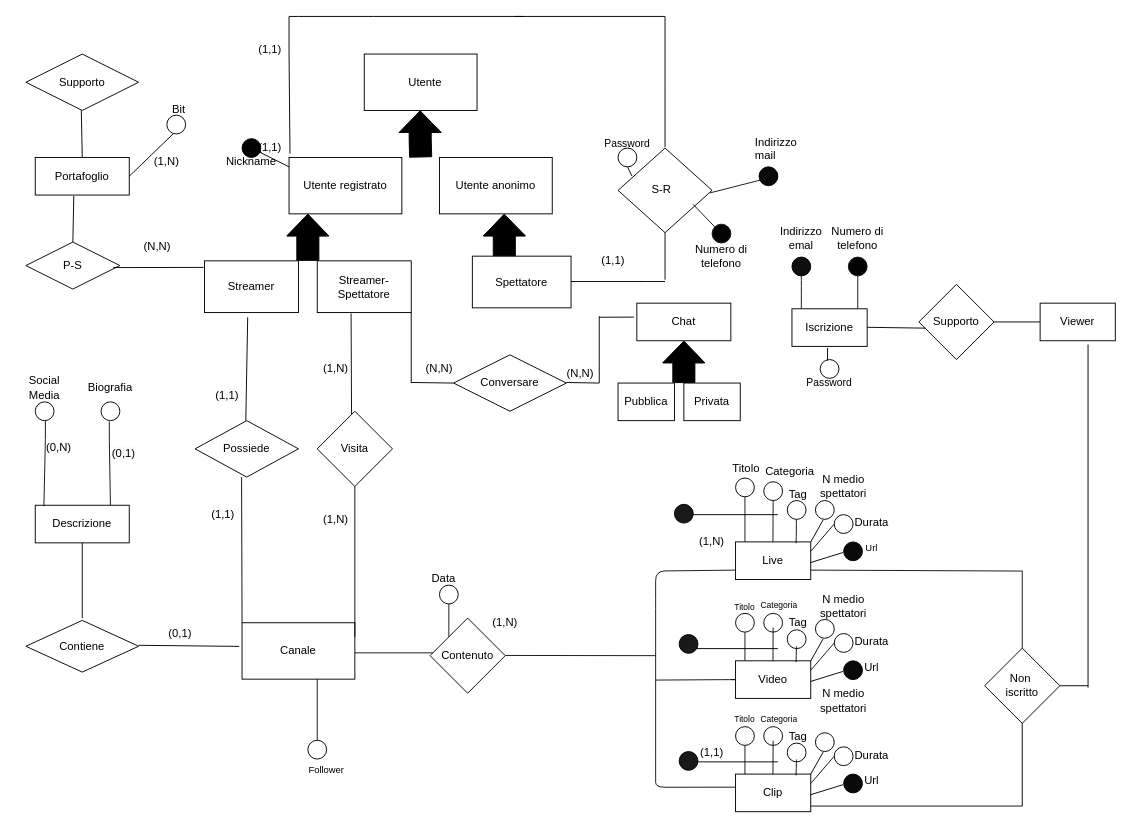
Before: e-r_revised_hypothesis.drawio in Popper002/Streaming-Service-Db-project-unito, a draw.io diagram. Source tidied: cells renumbered, new cells numbered last; positions are measured from the earlier drawing's top-left corner, leaving out a move shared by most shapes. Both pictures are drawn from the tidied source at 94%, with x=0, y=0 at pixel (16, 16).
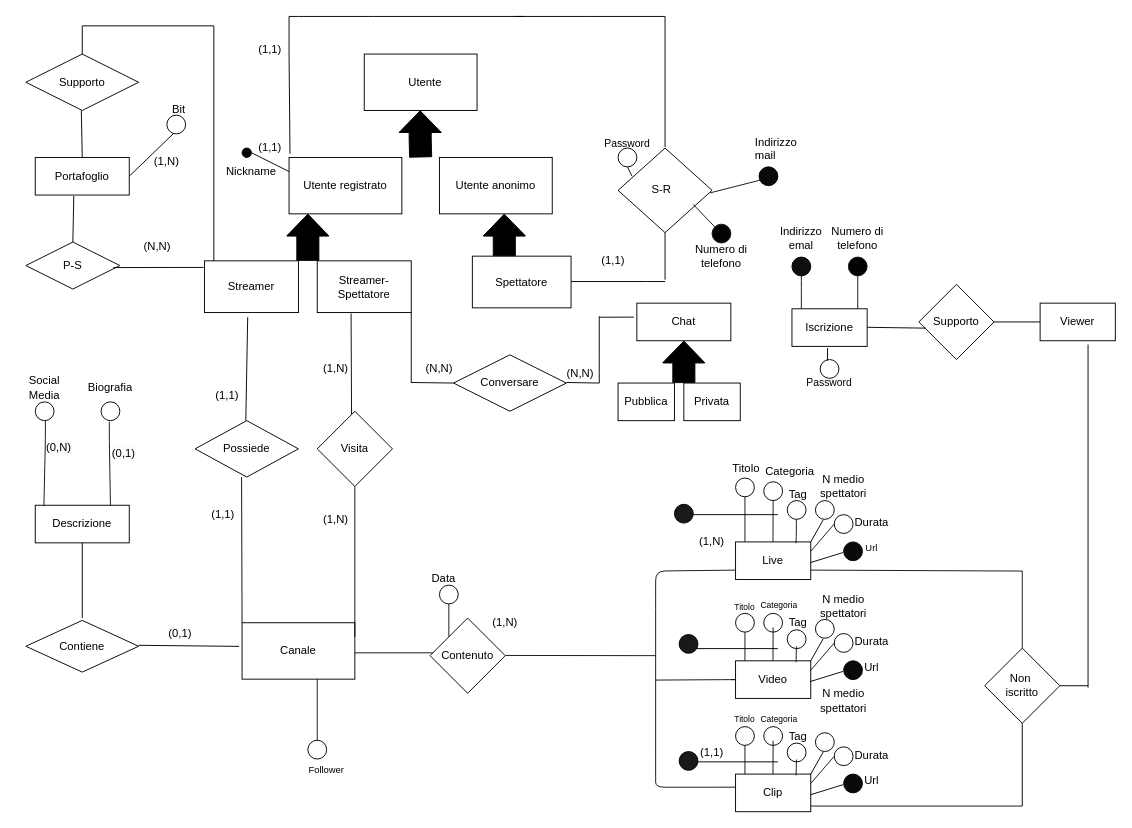
After the change.

The change refers to these unchanged cells:
```xml
<mxCell id="48" value="Utente registrato" style="rounded=0;whiteSpace=wrap;html=1;" parent="1" vertex="1">
  <mxGeometry x="290" y="150" width="120" height="60" as="geometry" />
</mxCell>
```

What changed in the source:
```diff
@@
     <mxCell id="180" style="ellipse;whiteSpace=wrap;html=1;fillColor=#030303;" parent="1" vertex="1">
-      <mxGeometry x="240" y="130" width="20" height="20" as="geometry" />
+      <mxGeometry x="240" y="140" width="10" height="10" as="geometry" />
     </mxCell>
-    <mxCell id="181" style="endArrow=none;html=1;rounded=0;exitX=0;exitY=0.167;exitDx=0;exitDy=0;exitPerimeter=0;" parent="1" edge="1" source="48">
+    <mxCell id="181" style="endArrow=none;html=1;rounded=0;exitX=0;exitY=0.167;exitDx=0;exitDy=0;exitPerimeter=0;" parent="1" edge="1">
       <mxGeometry relative="1" as="geometry">
-        <mxPoint x="250" y="140" as="targetPoint" />
+        <mxPoint x="290" y="165" as="sourcePoint" />
+        <mxPoint x="250" y="145" as="targetPoint" />
       </mxGeometry>
     </mxCell>
     <mxCell id="182" value="Nickname" style="text;html=1;strokeColor=none;fillColor=none;align=center;verticalAlign=middle;whiteSpace=wrap;rounded=0;" parent="1" vertex="1">
-      <mxGeometry x="220" y="140" width="60" height="30" as="geometry" />
+      <mxGeometry x="220" y="150" width="60" height="30" as="geometry" />
     </mxCell>
@@
+    <mxCell id="187" style="endArrow=none;html=1;rounded=0;" parent="1" edge="1">
+      <mxGeometry relative="1" as="geometry">
+        <mxPoint x="70" y="40" as="sourcePoint" />
+        <mxPoint x="70" y="10" as="targetPoint" />
+      </mxGeometry>
+    </mxCell>
+    <mxCell id="188" style="endArrow=none;html=1;rounded=0;" parent="1" edge="1">
+      <mxGeometry relative="1" as="geometry">
+        <mxPoint x="70" y="10" as="sourcePoint" />
+        <mxPoint x="210" y="10" as="targetPoint" />
+      </mxGeometry>
+    </mxCell>
+    <mxCell id="189" style="endArrow=none;html=1;rounded=0;exitX=0;exitY=0;exitDx=0;exitDy=0;" parent="1" edge="1">
+      <mxGeometry relative="1" as="geometry">
+        <mxPoint x="210" y="260" as="sourcePoint" />
+        <mxPoint x="210" y="10" as="targetPoint" />
+      </mxGeometry>
+    </mxCell>
```
